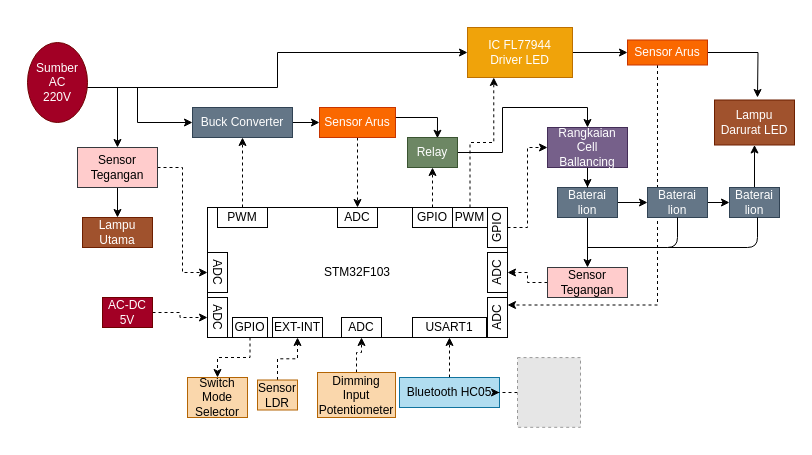
This is fixblok.drawio from Alfinaatika9/CRUD, a draw.io file, before an edit. Source tidied: cells renumbered, new cells numbered last; positions are measured from the earlier drawing's top-left corner, leaving out a move shared by most shapes. Both pictures are drawn from the tidied source at 100%, with x=0, y=0 at pixel (27, 27). Pictures stored in the file or linked from it are replaced by grey dashed boxes.
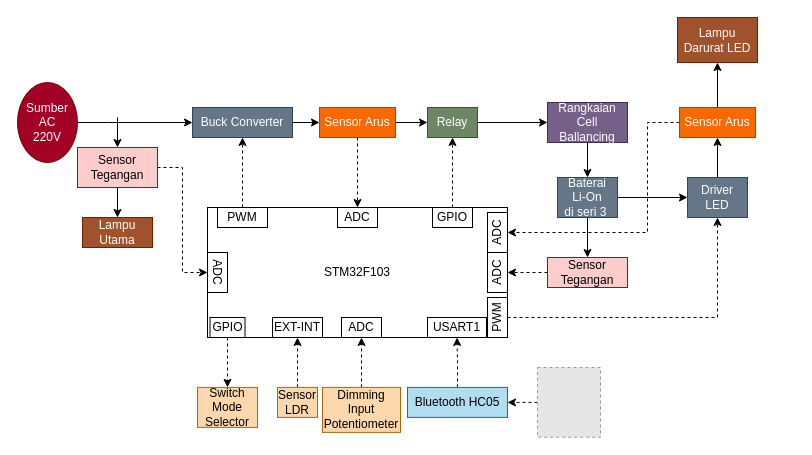
Above is the later version.

The change refers to these unchanged cells:
```xml
<mxCell id="6" value="Buck Converter" style="rounded=0;whiteSpace=wrap;html=1;fillColor=#647687;strokeColor=#314354;fontColor=#ffffff;" parent="1" vertex="1">
  <mxGeometry x="165" y="80" width="100" height="30" as="geometry" />
</mxCell>
<mxCell id="7" value="STM32F103" style="rounded=0;whiteSpace=wrap;html=1;" parent="1" vertex="1">
  <mxGeometry x="180" y="180" width="300" height="130" as="geometry" />
</mxCell>
<mxCell id="13" value="Sensor Tegangan" style="rounded=0;whiteSpace=wrap;html=1;fillColor=#ffcccc;strokeColor=#36393d;" parent="1" vertex="1">
  <mxGeometry x="50" y="120" width="80" height="40" as="geometry" />
</mxCell>
<mxCell id="21" value="Sensor Arus" style="rounded=0;whiteSpace=wrap;html=1;fillColor=#fa6800;strokeColor=#C73500;fontColor=#ffffff;" parent="1" vertex="1">
  <mxGeometry x="292" y="80" width="76" height="30" as="geometry" />
</mxCell>
```

What changed in the source:
```diff
@@
     <mxCell id="2" style="edgeStyle=orthogonalEdgeStyle;rounded=0;jettySize=auto;html=1;" parent="1" edge="1" source="4" target="6">
       <mxGeometry relative="1" as="geometry">
         <Array as="points">
-          <mxPoint x="110" y="60" />
-          <mxPoint x="110" y="95" />
+          <mxPoint x="80" y="95" />
+          <mxPoint x="80" y="95" />
         </Array>
       </mxGeometry>
     </mxCell>
-    <mxCell id="3" style="edgeStyle=orthogonalEdgeStyle;rounded=0;jettySize=auto;html=1;entryX=0;entryY=0.5;entryDx=0;entryDy=0;" parent="1" edge="1" source="4" target="35">
-      <mxGeometry relative="1" as="geometry">
-        <Array as="points">
-          <mxPoint x="250" y="60" />
-          <mxPoint x="250" y="25" />
-        </Array>
-      </mxGeometry>
-    </mxCell>
     <mxCell id="4" value="Sumber AC&lt;br&gt;220V" style="ellipse;whiteSpace=wrap;html=1;direction=south;fillColor=#a20025;strokeColor=#6F0000;fontColor=#ffffff;" parent="1" vertex="1">
-      <mxGeometry y="15" width="60" height="80" as="geometry" />
+      <mxGeometry x="-10" y="55" width="60" height="80" as="geometry" />
     </mxCell>
@@
     <mxCell id="15" style="endArrow=classic;html=1;entryX=0.5;entryY=0;entryDx=0;entryDy=0;" parent="1" edge="1" target="13">
       <mxGeometry relative="1" as="geometry">
-        <mxPoint x="90" y="60" as="sourcePoint" />
+        <mxPoint x="90" y="90" as="sourcePoint" />
       </mxGeometry>
     </mxCell>
-    <mxCell id="16" value="ADC" style="rounded=0;whiteSpace=wrap;html=1;rotation=90;" parent="1" vertex="1">
-      <mxGeometry x="170" y="280" width="40" height="20" as="geometry" />
-    </mxCell>
-    <mxCell id="17" style="edgeStyle=orthogonalEdgeStyle;rounded=0;jettySize=auto;html=1;dashed=1;" parent="1" edge="1" source="18" target="16">
-      <mxGeometry relative="1" as="geometry" />
-    </mxCell>
-    <mxCell id="18" value="AC-DC 5V" style="rounded=0;whiteSpace=wrap;html=1;fillColor=#a20025;strokeColor=#6F0000;fontColor=#ffffff;" parent="1" vertex="1">
-      <mxGeometry x="75" y="270" width="50" height="30" as="geometry" />
-    </mxCell>
@@
-    <mxCell id="20" style="edgeStyle=orthogonalEdgeStyle;rounded=0;jettySize=auto;html=1;entryX=0.599;entryY=0.025;entryDx=0;entryDy=0;entryPerimeter=0;" parent="1" edge="1" source="21" target="24">
-      <mxGeometry relative="1" as="geometry">
-        <Array as="points">
-          <mxPoint x="410" y="90" />
-        </Array>
-      </mxGeometry>
+    <mxCell id="20" style="edgeStyle=orthogonalEdgeStyle;rounded=0;jettySize=auto;html=1;" parent="1" edge="1" source="21" target="24">
+      <mxGeometry relative="1" as="geometry" />
     </mxCell>
@@
-    <mxCell id="23" style="edgeStyle=orthogonalEdgeStyle;rounded=0;jettySize=auto;html=1;entryX=0.5;entryY=0;entryDx=0;entryDy=0;" parent="1" edge="1" source="24" target="51">
+    <mxCell id="23" style="edgeStyle=orthogonalEdgeStyle;rounded=0;jettySize=auto;html=1;" parent="1" edge="1" source="24" target="51">
       <mxGeometry relative="1" as="geometry" />
     </mxCell>
     <mxCell id="24" value="Relay" style="rounded=0;whiteSpace=wrap;html=1;fillColor=#6d8764;strokeColor=#3A5431;fontColor=#ffffff;" parent="1" vertex="1">
-      <mxGeometry x="380" y="110" width="50" height="30" as="geometry" />
+      <mxGeometry x="400" y="80" width="50" height="30" as="geometry" />
     </mxCell>
@@
     <mxCell id="26" value="GPIO" style="rounded=0;whiteSpace=wrap;html=1;rotation=0;" parent="1" vertex="1">
-      <mxGeometry x="385" y="180" width="40" height="20" as="geometry" />
+      <mxGeometry x="405" y="180" width="40" height="20" as="geometry" />
     </mxCell>
@@
-    <mxCell id="28" style="edgeStyle=orthogonalEdgeStyle;rounded=0;jettySize=auto;html=1;" parent="1" edge="1" source="29" target="55">
-      <mxGeometry relative="1" as="geometry" />
-    </mxCell>
+    <mxCell id="66" style="edgeStyle=orthogonalEdgeStyle;rounded=0;jettySize=auto;html=1;" parent="1" edge="1" source="29" target="69">
+      <mxGeometry relative="1" as="geometry" />
+    </mxCell>
-    <mxCell id="29" value="Baterai lion" style="rounded=0;whiteSpace=wrap;html=1;fillColor=#647687;strokeColor=#314354;fontColor=#ffffff;" parent="1" vertex="1">
-      <mxGeometry x="530" y="160" width="60" height="30" as="geometry" />
+    <mxCell id="29" value="Baterai &lt;br&gt;Li-On &lt;br&gt;di seri 3&amp;nbsp;" style="rounded=0;whiteSpace=wrap;html=1;fillColor=#647687;strokeColor=#314354;fontColor=#ffffff;" parent="1" vertex="1">
+      <mxGeometry x="530" y="150" width="60" height="40" as="geometry" />
     </mxCell>
@@
     <mxCell id="31" value="Sensor Tegangan" style="rounded=0;whiteSpace=wrap;html=1;fillColor=#ffcccc;strokeColor=#36393d;" parent="1" vertex="1">
-      <mxGeometry x="520" y="240" width="80" height="30" as="geometry" />
+      <mxGeometry x="520" y="230" width="80" height="30" as="geometry" />
     </mxCell>
@@
-    <mxCell id="33" value="Lampu Darurat LED" style="rounded=0;whiteSpace=wrap;html=1;fillColor=#a0522d;strokeColor=#6D1F00;fontColor=#ffffff;" parent="1" vertex="1">
-      <mxGeometry x="687" y="72.5" width="80" height="45" as="geometry" />
-    </mxCell>
-    <mxCell id="34" style="edgeStyle=orthogonalEdgeStyle;rounded=0;jettySize=auto;html=1;" parent="1" edge="1" source="35" target="38">
-      <mxGeometry relative="1" as="geometry" />
-    </mxCell>
-    <mxCell id="35" value="IC FL77944&lt;br&gt;Driver LED" style="rounded=0;whiteSpace=wrap;html=1;fillColor=#f0a30a;strokeColor=#BD7000;fontColor=#ffffff;" parent="1" vertex="1">
-      <mxGeometry x="440" width="105" height="50" as="geometry" />
-    </mxCell>
-    <mxCell id="36" style="edgeStyle=orthogonalEdgeStyle;rounded=0;jettySize=auto;html=1;entryX=1;entryY=0.75;entryDx=0;entryDy=0;dashed=1;" parent="1" edge="1" source="38" target="7">
-      <mxGeometry relative="1" as="geometry">
-        <Array as="points">
-          <mxPoint x="630" y="278" />
-        </Array>
-      </mxGeometry>
-    </mxCell>
-    <mxCell id="37" style="edgeStyle=orthogonalEdgeStyle;rounded=0;jettySize=auto;html=1;" parent="1" edge="1" source="38">
-      <mxGeometry relative="1" as="geometry">
-        <mxPoint x="730" y="70" as="targetPoint" />
-      </mxGeometry>
-    </mxCell>
-    <mxCell id="38" value="Sensor Arus" style="rounded=0;whiteSpace=wrap;html=1;fillColor=#fa6800;strokeColor=#C73500;fontColor=#ffffff;" parent="1" vertex="1">
-      <mxGeometry x="600" y="12.5" width="80" height="25" as="geometry" />
-    </mxCell>
+    <mxCell id="67" style="edgeStyle=orthogonalEdgeStyle;rounded=0;jettySize=auto;html=1;entryX=0.5;entryY=1;entryDx=0;entryDy=0;dashed=1;" parent="1" edge="1" source="39" target="69">
+      <mxGeometry relative="1" as="geometry" />
+    </mxCell>
-    <mxCell id="39" value="ADC" style="rounded=0;whiteSpace=wrap;html=1;rotation=-90;" parent="1" vertex="1">
+    <mxCell id="39" value="PWM" style="rounded=0;whiteSpace=wrap;html=1;rotation=-90;" parent="1" vertex="1">
       <mxGeometry x="450" y="280" width="40" height="20" as="geometry" />
     </mxCell>
@@
     <mxCell id="41" value="Sensor LDR" style="rounded=0;whiteSpace=wrap;html=1;fillColor=#fad7ac;strokeColor=#b46504;" parent="1" vertex="1">
-      <mxGeometry x="230" y="352.5" width="40" height="30" as="geometry" />
+      <mxGeometry x="250" y="359.9" width="40" height="30" as="geometry" />
     </mxCell>
@@
     <mxCell id="44" value="Bluetooth HC05" style="rounded=0;whiteSpace=wrap;html=1;fillColor=#b1ddf0;strokeColor=#10739e;" parent="1" vertex="1">
-      <mxGeometry x="372" y="350" width="100" height="30" as="geometry" />
+      <mxGeometry x="380" y="359.9" width="100" height="30" as="geometry" />
     </mxCell>
     <mxCell id="45" value="USART1" style="rounded=0;whiteSpace=wrap;html=1;" parent="1" vertex="1">
-      <mxGeometry x="385" y="290" width="74" height="20" as="geometry" />
+      <mxGeometry x="400" y="290" width="59" height="20" as="geometry" />
     </mxCell>
@@
     <mxCell id="47" style="fillColor=#E6E6E6;strokeColor=#999999;dashed=1;verticalLabelPosition=bottom;verticalAlign=top;" parent="1" vertex="1">
-      <mxGeometry x="490" y="330.1" width="63" height="69.7" as="geometry" />
+      <mxGeometry x="510" y="340" width="63" height="69.7" as="geometry" />
     </mxCell>
-    <mxCell id="48" style="edgeStyle=orthogonalEdgeStyle;rounded=0;jettySize=auto;html=1;entryX=0;entryY=0.5;entryDx=0;entryDy=0;dashed=1;" parent="1" edge="1" source="49" target="51">
-      <mxGeometry relative="1" as="geometry" />
-    </mxCell>
-    <mxCell id="49" value="GPIO" style="rounded=0;whiteSpace=wrap;html=1;rotation=-90;" parent="1" vertex="1">
-      <mxGeometry x="450" y="190" width="40" height="20" as="geometry" />
-    </mxCell>
@@
     <mxCell id="51" value="Rangkaian Cell Ballancing" style="rounded=0;whiteSpace=wrap;html=1;fillColor=#76608a;strokeColor=#432D57;fontColor=#ffffff;" parent="1" vertex="1">
-      <mxGeometry x="520" y="100" width="80" height="40" as="geometry" />
+      <mxGeometry x="520" y="75" width="80" height="40" as="geometry" />
     </mxCell>
-    <mxCell id="52" style="edgeStyle=orthogonalEdgeStyle;rounded=0;jettySize=auto;html=1;" parent="1" edge="1" source="53" target="33">
-      <mxGeometry relative="1" as="geometry" />
-    </mxCell>
-    <mxCell id="53" value="Baterai lion" style="rounded=0;whiteSpace=wrap;html=1;fillColor=#647687;strokeColor=#314354;fontColor=#ffffff;" parent="1" vertex="1">
-      <mxGeometry x="702" y="160" width="50" height="30" as="geometry" />
-    </mxCell>
-    <mxCell id="54" style="edgeStyle=orthogonalEdgeStyle;rounded=0;jettySize=auto;html=1;" parent="1" edge="1" source="55" target="53">
-      <mxGeometry relative="1" as="geometry" />
-    </mxCell>
-    <mxCell id="55" value="Baterai lion" style="rounded=0;whiteSpace=wrap;html=1;fillColor=#647687;strokeColor=#314354;fontColor=#ffffff;" parent="1" vertex="1">
-      <mxGeometry x="620" y="160" width="60" height="30" as="geometry" />
-    </mxCell>
@@
     <mxCell id="57" value="GPIO" style="rounded=0;whiteSpace=wrap;html=1;" parent="1" vertex="1">
-      <mxGeometry x="205" y="290" width="35" height="20" as="geometry" />
+      <mxGeometry x="182.5" y="290" width="35" height="20" as="geometry" />
     </mxCell>
     <mxCell id="58" value="Switch Mode Selector" style="rounded=0;whiteSpace=wrap;html=1;fillColor=#fad7ac;strokeColor=#b46504;" parent="1" vertex="1">
-      <mxGeometry x="160" y="350" width="60" height="40" as="geometry" />
+      <mxGeometry x="170" y="359.9" width="60" height="40" as="geometry" />
     </mxCell>
-    <mxCell id="59" style="endArrow=none;html=1;" parent="1" edge="1">
-      <mxGeometry relative="1" as="geometry">
-        <mxPoint x="560" y="220" as="sourcePoint" />
-        <mxPoint x="650" y="190" as="targetPoint" />
-        <Array as="points">
-          <mxPoint x="650" y="220" />
-        </Array>
-      </mxGeometry>
-    </mxCell>
-    <mxCell id="60" style="endArrow=none;html=1;" parent="1" edge="1">
-      <mxGeometry relative="1" as="geometry">
-        <mxPoint x="640" y="220" as="sourcePoint" />
-        <mxPoint x="730" y="190" as="targetPoint" />
-        <Array as="points">
-          <mxPoint x="730" y="220" />
-        </Array>
-      </mxGeometry>
-    </mxCell>
-    <mxCell id="61" style="edgeStyle=orthogonalEdgeStyle;rounded=0;jettySize=auto;html=1;entryX=0.25;entryY=1;entryDx=0;entryDy=0;dashed=1;" parent="1" edge="1" source="62" target="35">
-      <mxGeometry relative="1" as="geometry" />
-    </mxCell>
-    <mxCell id="62" value="PWM" style="rounded=0;whiteSpace=wrap;html=1;" parent="1" vertex="1">
-      <mxGeometry x="425" y="180" width="35" height="20" as="geometry" />
-    </mxCell>
@@
     <mxCell id="65" value="Dimming Input Potentiometer" style="rounded=0;whiteSpace=wrap;html=1;fillColor=#fad7ac;strokeColor=#b46504;" parent="1" vertex="1">
-      <mxGeometry x="290" y="345" width="78" height="45" as="geometry" />
+      <mxGeometry x="295" y="359.9" width="78" height="45" as="geometry" />
     </mxCell>
+    <mxCell id="33" value="Lampu Darurat LED" style="rounded=0;whiteSpace=wrap;html=1;fillColor=#a0522d;strokeColor=#6D1F00;fontColor=#ffffff;" parent="1" vertex="1">
+      <mxGeometry x="650" y="-10" width="80" height="45" as="geometry" />
+    </mxCell>
+    <mxCell id="68" style="edgeStyle=orthogonalEdgeStyle;rounded=0;jettySize=auto;html=1;" parent="1" edge="1" source="69" target="38">
+      <mxGeometry relative="1" as="geometry" />
+    </mxCell>
+    <mxCell id="69" value="Driver LED" style="rounded=0;whiteSpace=wrap;html=1;fillColor=#647687;strokeColor=#314354;fontColor=#ffffff;" parent="1" vertex="1">
+      <mxGeometry x="660" y="150" width="60" height="40" as="geometry" />
+    </mxCell>
+    <mxCell id="70" style="edgeStyle=orthogonalEdgeStyle;rounded=0;jettySize=auto;html=1;" parent="1" edge="1" source="38" target="33">
+      <mxGeometry relative="1" as="geometry" />
+    </mxCell>
+    <mxCell id="71" style="edgeStyle=orthogonalEdgeStyle;rounded=0;jettySize=auto;html=1;exitX=0;exitY=0.5;exitDx=0;exitDy=0;entryX=0.5;entryY=1;entryDx=0;entryDy=0;dashed=1;" parent="1" edge="1" source="38" target="16">
+      <mxGeometry relative="1" as="geometry">
+        <Array as="points">
+          <mxPoint x="620" y="95" />
+          <mxPoint x="620" y="205" />
+        </Array>
+      </mxGeometry>
+    </mxCell>
+    <mxCell id="38" value="Sensor Arus" style="rounded=0;whiteSpace=wrap;html=1;fillColor=#fa6800;strokeColor=#C73500;fontColor=#ffffff;" parent="1" vertex="1">
+      <mxGeometry x="652" y="80" width="76" height="30" as="geometry" />
+    </mxCell>
+    <mxCell id="16" value="ADC" style="rounded=0;whiteSpace=wrap;html=1;rotation=-90;" parent="1" vertex="1">
+      <mxGeometry x="450" y="195" width="40" height="20" as="geometry" />
+    </mxCell>
```
